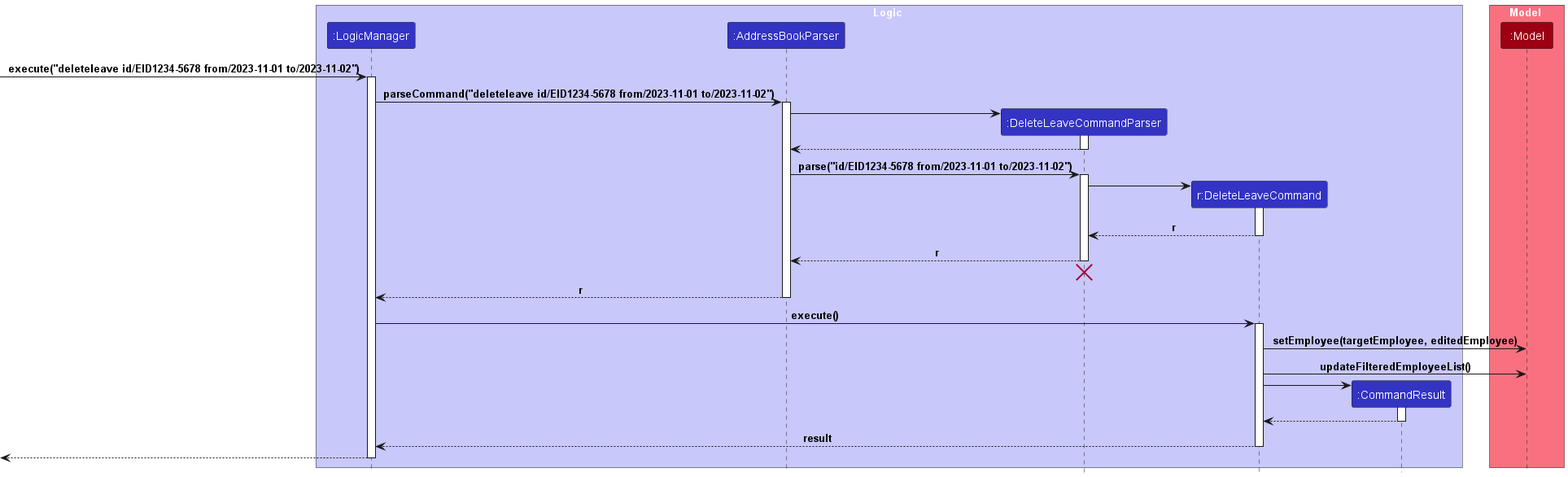
This is docs/images/DeleteLeaveSequenceDiagram.png from nus-cs2103-AY2324S1/tp, a PlantUML export, as it was before one commit.
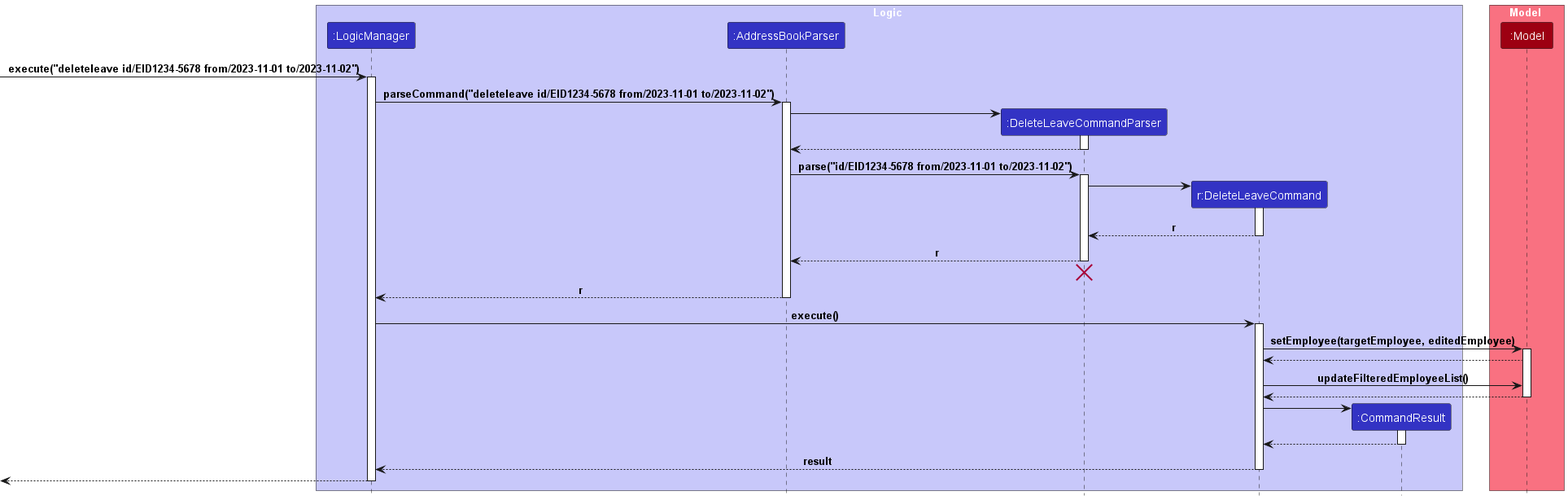
Later version of the same file.

Commit message:
Update UML diagrams

Change to the diagram source:
```diff
@@ -48,7 +48,14 @@
 activate DeleteLeaveCommand
 
 DeleteLeaveCommand -> Model : setEmployee(targetEmployee, editedEmployee)
+activate Model
+
+Model --> DeleteLeaveCommand
+
 DeleteLeaveCommand -> Model : updateFilteredEmployeeList()
+
+Model --> DeleteLeaveCommand
+deactivate Model
 
 create CommandResult
 DeleteLeaveCommand -> CommandResult
```
